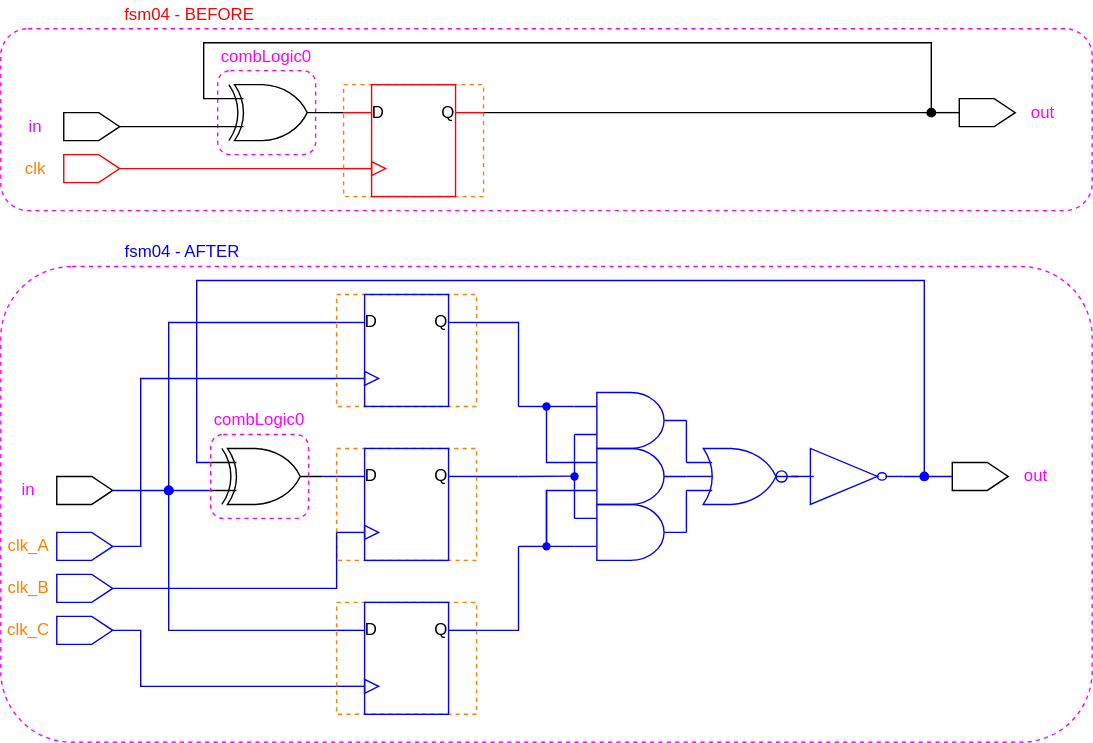
The draw.io diagram figures/light-mode/user_guide_examples/fsm/fsm04_triplicating_the_register_and_clock_skew.drawio.svg in AlbertHansen/TripleModularRedundancyTool_developer_guide, before a commit. Source tidied: cells renumbered, new cells last; positions are measured from the earlier drawing's top-left corner, leaving out a move shared by most shapes.
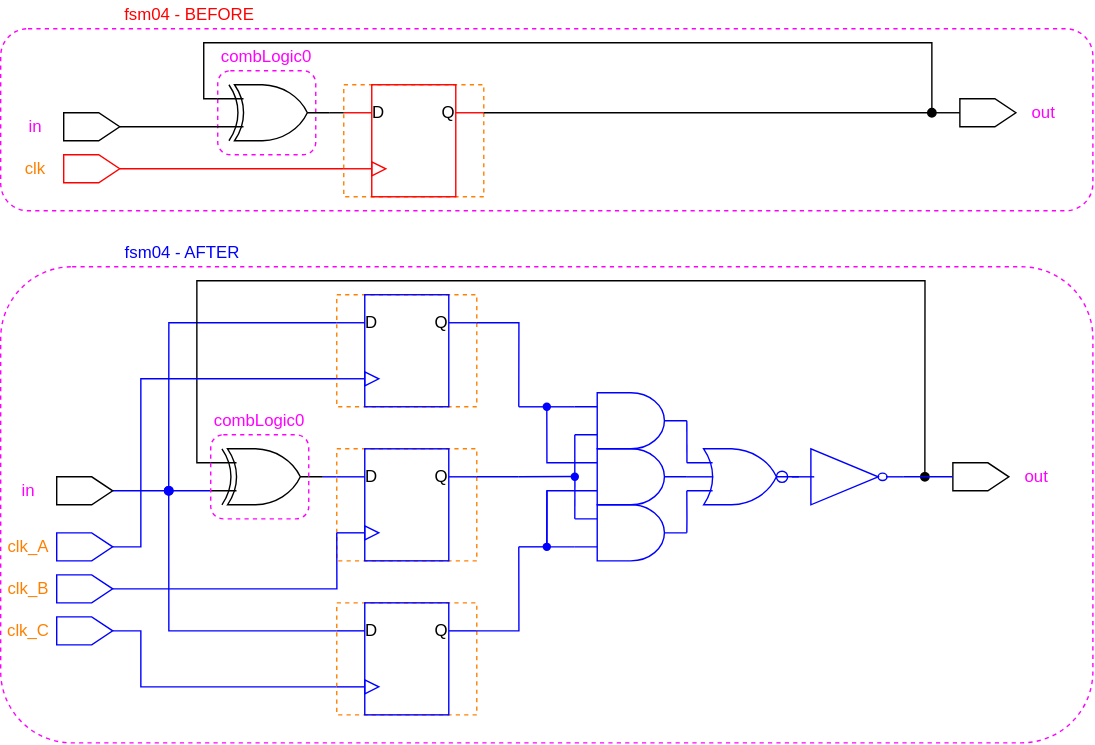
The same diagram one commit later.

What changed in the source:
```diff
@@ -185,7 +185,7 @@
         <mxPoint x="240" y="340" as="targetPoint" />
       </mxGeometry>
     </mxCell>
-    <mxCell id="47" style="edgeStyle=orthogonalEdgeStyle;html=1;exitX=0;exitY=0.25;exitDx=0;exitDy=0;exitPerimeter=0;fontColor=#0000FF;rounded=0;endArrow=oval;endFill=1;strokeColor=#0000FF;" parent="1" edge="1" source="48">
+    <mxCell id="47" style="edgeStyle=orthogonalEdgeStyle;html=1;exitX=0;exitY=0.25;exitDx=0;exitDy=0;exitPerimeter=0;fontColor=#0000FF;rounded=0;endArrow=oval;endFill=1;strokeColor=#000000;" parent="1" edge="1" source="48">
       <mxGeometry relative="1" as="geometry">
         <mxPoint x="660" y="340" as="targetPoint" />
         <Array as="points">
```
